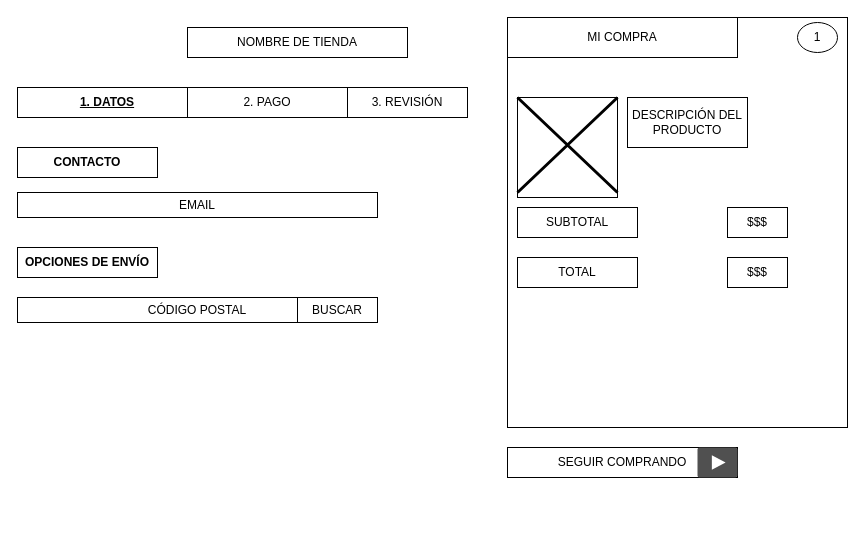
CeciliaLafuente/JopoStore---Tienda-Vintage keeps this draw.io diagram as wireframes/web/Carrito de compras Envío Web.drawio. Above is the earlier version. Source tidied: cells renumbered, new cells numbered last; positions are measured from the earlier drawing's top-left corner, leaving out a move shared by most shapes. Both pictures are drawn from the tidied source at 100%, with x=0, y=0 at pixel (17, 17).
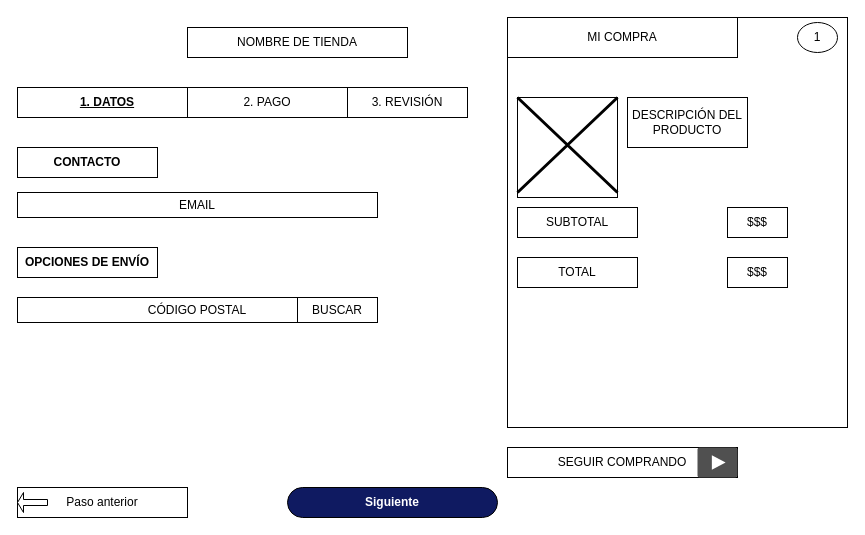
The same page after the edit.

Commit message (it also covers changes not shown here):
Se agrega archivos carrito de compras

Change to the diagram source:
```diff
@@
+    <mxCell id="24" value="&lt;font color=&quot;#ffffff&quot;&gt;&lt;b&gt;Siguiente&lt;/b&gt;&lt;/font&gt;" style="rounded=1;whiteSpace=wrap;html=1;arcSize=50;fillColor=#0F1A61;" parent="1" vertex="1">
+      <mxGeometry x="270" y="470" width="210" height="30" as="geometry" />
+    </mxCell>
+    <mxCell id="25" value="Paso anterior" style="rounded=0;whiteSpace=wrap;html=1;" parent="1" vertex="1">
+      <mxGeometry y="470" width="170" height="30" as="geometry" />
+    </mxCell>
+    <mxCell id="26" style="shape=singleArrow;direction=west;whiteSpace=wrap;html=1;fillColor=#FFFFFF;" parent="1" vertex="1">
+      <mxGeometry y="475" width="30" height="20" as="geometry" />
+    </mxCell>
```
